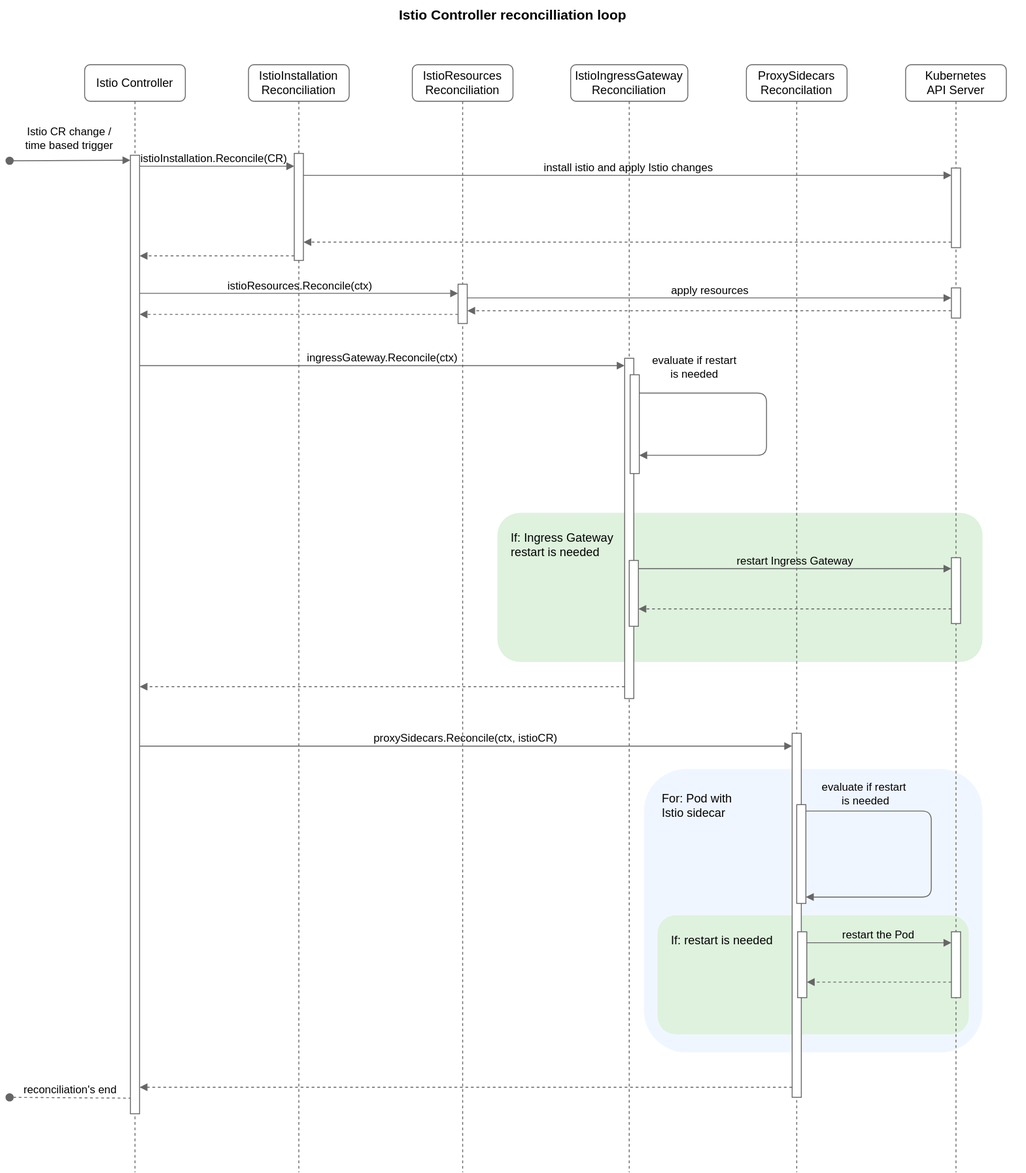
Before: docs/assets/istio-controller-reconciliation-loop.svg, a diagram exported from draw.io (kyma-project/istio). Source tidied: cells renumbered, new cells last; positions are measured from the earlier drawing's top-left corner, leaving out a move shared by most shapes.
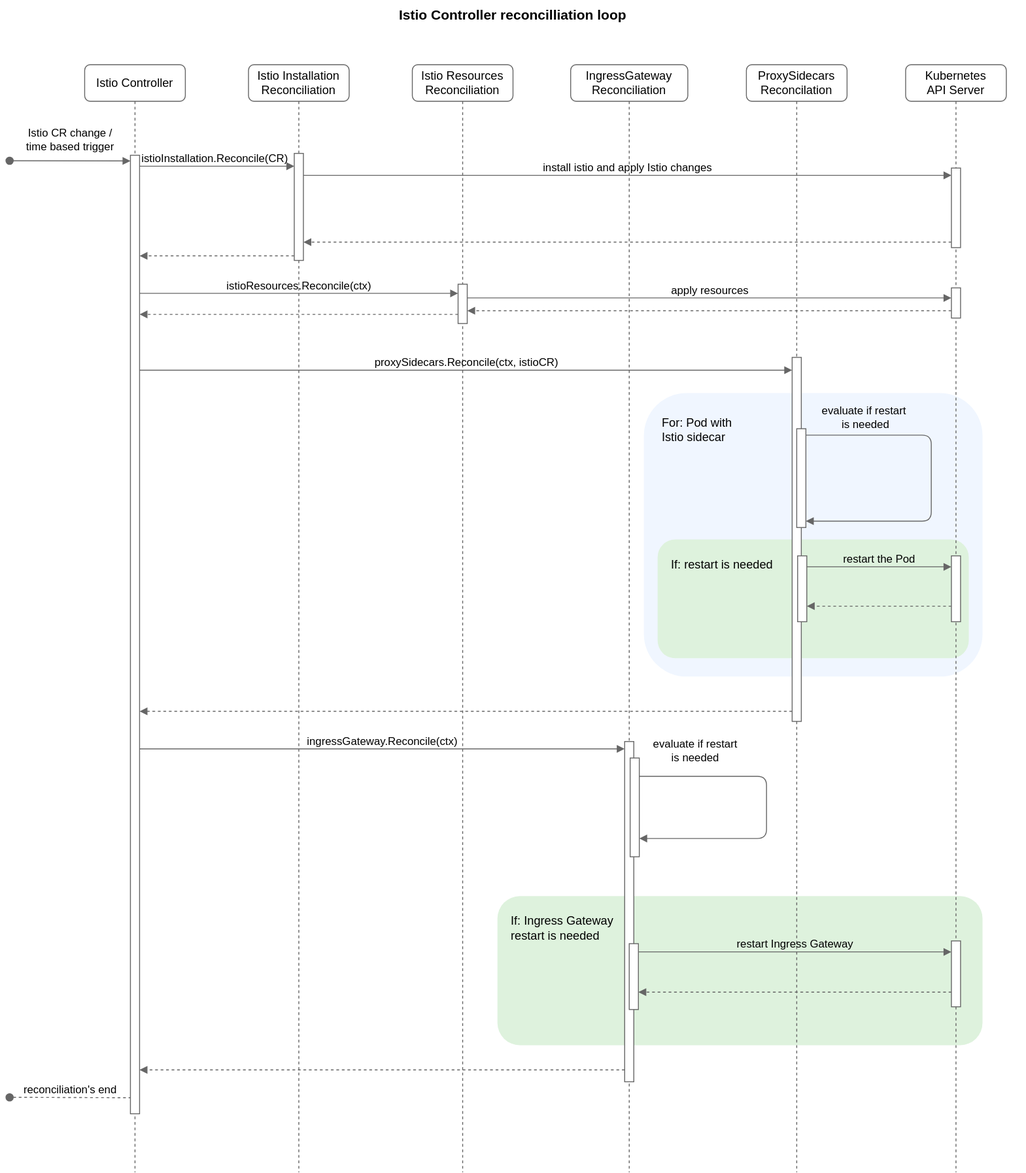
After the commit.

Commit message:
Update reconciliation loop diagram and remove outdated diagram

Diff of the diagram source:
```diff
@@ -1,15 +1,15 @@
-<mxGraphModel>
+<mxGraphModel background="#ffffff">
   <root>
     <mxCell id="0" />
     <mxCell id="1" parent="0" />
     <mxCell id="2" value="If: Ingress Gateway &#10;restart is needed" style="rounded=1;labelBackgroundColor=none;strokeWidth=1;fontFamily=Helvetica;fontSize=13;fillColor=#DEF2DD;strokeColor=none;verticalAlign=top;align=left;labelBorderColor=none;whiteSpace=wrap;spacingTop=0;spacingRight=0;spacing=15;fontStyle=0;" parent="1" vertex="1">
-      <mxGeometry x="543" y="560" width="530" height="163" as="geometry" />
+      <mxGeometry x="543" y="979" width="530" height="163" as="geometry" />
     </mxCell>
     <mxCell id="3" value="For: Pod with &#10;Istio sidecar" style="rounded=1;labelBackgroundColor=none;strokeWidth=1;gradientColor=none;fontFamily=Helvetica;fontSize=13;fontColor=#000000;fillColor=#F0F6FF;strokeColor=none;verticalAlign=top;align=left;labelBorderColor=none;whiteSpace=wrap;spacingTop=0;spacingRight=0;spacing=20;fontStyle=0;" parent="1" vertex="1">
-      <mxGeometry x="703" y="840" width="370" height="310" as="geometry" />
+      <mxGeometry x="703" y="429" width="370" height="310" as="geometry" />
     </mxCell>
     <mxCell id="4" value="If: restart is needed" style="rounded=1;labelBackgroundColor=none;strokeWidth=1;fontFamily=Helvetica;fontSize=13;fillColor=#DEF2DD;strokeColor=none;verticalAlign=top;align=left;labelBorderColor=none;whiteSpace=wrap;spacingTop=0;spacingRight=0;spacing=15;fontStyle=0;" parent="1" vertex="1">
-      <mxGeometry x="718" y="1000" width="340" height="130" as="geometry" />
+      <mxGeometry x="718" y="589" width="340" height="130" as="geometry" />
     </mxCell>
     <mxCell id="5" value="istioInstallation.Reconcile(CR)&lt;br style=&quot;font-size: 12px;&quot;&gt;" style="edgeStyle=elbowEdgeStyle;shape=connector;curved=0;rounded=0;jettySize=auto;elbow=vertical;html=1;labelBackgroundColor=none;strokeColor=#666666;fontFamily=Helvetica;fontSize=12;fontColor=#000000;endArrow=block;targetPerimeterSpacing=0;spacingTop=-17;" parent="1" edge="1" source="6" target="12">
       <mxGeometry relative="1" as="geometry">
@@ -44,47 +44,47 @@
         </Array>
       </mxGeometry>
     </mxCell>
-    <mxCell id="11" value="IstioInstallation&lt;br style=&quot;font-size: 13px;&quot;&gt;Reconciliation" style="shape=umlLifeline;perimeter=lifelinePerimeter;whiteSpace=wrap;html=1;newEdgeStyle={&quot;edgeStyle&quot;:&quot;elbowEdgeStyle&quot;,&quot;elbow&quot;:&quot;vertical&quot;,&quot;curved&quot;:0,&quot;rounded&quot;:0};fillColor=none;fontColor=default;labelBorderColor=none;strokeColor=#666666;rounded=1;fontSize=13;" parent="1" vertex="1">
+    <mxCell id="11" value="Istio Installation&lt;br style=&quot;font-size: 13px;&quot;&gt;Reconciliation" style="shape=umlLifeline;perimeter=lifelinePerimeter;whiteSpace=wrap;html=1;newEdgeStyle={&quot;edgeStyle&quot;:&quot;elbowEdgeStyle&quot;,&quot;elbow&quot;:&quot;vertical&quot;,&quot;curved&quot;:0,&quot;rounded&quot;:0};fillColor=none;fontColor=default;labelBorderColor=none;strokeColor=#666666;rounded=1;fontSize=13;" parent="1" vertex="1">
       <mxGeometry x="271" y="70" width="110" height="1211" as="geometry" />
     </mxCell>
     <mxCell id="12" style="html=1;points=[];perimeter=orthogonalPerimeter;outlineConnect=0;targetShapes=umlLifeline;portConstraint=eastwest;newEdgeStyle={&quot;edgeStyle&quot;:&quot;elbowEdgeStyle&quot;,&quot;elbow&quot;:&quot;vertical&quot;,&quot;curved&quot;:0,&quot;rounded&quot;:0};fontFamily=Helvetica;fontSize=11;fontColor=#FFFFFF;fillColor=#FFFFFF;strokeColor=#666666;" parent="11" vertex="1">
       <mxGeometry x="50" y="97" width="10" height="117" as="geometry" />
     </mxCell>
-    <mxCell id="13" value="IstioResources&lt;br&gt;Reconciliation" style="shape=umlLifeline;perimeter=lifelinePerimeter;whiteSpace=wrap;html=1;newEdgeStyle={&quot;edgeStyle&quot;:&quot;elbowEdgeStyle&quot;,&quot;elbow&quot;:&quot;vertical&quot;,&quot;curved&quot;:0,&quot;rounded&quot;:0};fillColor=none;fontColor=default;labelBorderColor=none;strokeColor=#666666;rounded=1;fontSize=13;" parent="1" vertex="1">
+    <mxCell id="13" value="Istio Resources&lt;br&gt;Reconciliation" style="shape=umlLifeline;perimeter=lifelinePerimeter;whiteSpace=wrap;html=1;newEdgeStyle={&quot;edgeStyle&quot;:&quot;elbowEdgeStyle&quot;,&quot;elbow&quot;:&quot;vertical&quot;,&quot;curved&quot;:0,&quot;rounded&quot;:0};fillColor=none;fontColor=default;labelBorderColor=none;strokeColor=#666666;rounded=1;fontSize=13;" parent="1" vertex="1">
       <mxGeometry x="450" y="70" width="110" height="1211" as="geometry" />
     </mxCell>
     <mxCell id="14" style="html=1;points=[];perimeter=orthogonalPerimeter;outlineConnect=0;targetShapes=umlLifeline;portConstraint=eastwest;newEdgeStyle={&quot;edgeStyle&quot;:&quot;elbowEdgeStyle&quot;,&quot;elbow&quot;:&quot;vertical&quot;,&quot;curved&quot;:0,&quot;rounded&quot;:0};fontFamily=Helvetica;fontSize=11;fontColor=#FFFFFF;fillColor=#FFFFFF;strokeColor=#666666;" parent="13" vertex="1">
       <mxGeometry x="50" y="240" width="10" height="43" as="geometry" />
     </mxCell>
-    <mxCell id="15" value="IstioIngressGateway&lt;br style=&quot;font-size: 13px;&quot;&gt;Reconciliation" style="shape=umlLifeline;perimeter=lifelinePerimeter;whiteSpace=wrap;html=1;newEdgeStyle={&quot;edgeStyle&quot;:&quot;elbowEdgeStyle&quot;,&quot;elbow&quot;:&quot;vertical&quot;,&quot;curved&quot;:0,&quot;rounded&quot;:0};fillColor=none;fontColor=default;labelBorderColor=none;strokeColor=#666666;rounded=1;fontSize=13;" parent="1" vertex="1">
+    <mxCell id="15" value="IngressGateway&lt;br style=&quot;font-size: 13px;&quot;&gt;Reconciliation" style="shape=umlLifeline;perimeter=lifelinePerimeter;whiteSpace=wrap;html=1;newEdgeStyle={&quot;edgeStyle&quot;:&quot;elbowEdgeStyle&quot;,&quot;elbow&quot;:&quot;vertical&quot;,&quot;curved&quot;:0,&quot;rounded&quot;:0};fillColor=none;fontColor=default;labelBorderColor=none;strokeColor=#666666;rounded=1;fontSize=13;" parent="1" vertex="1">
       <mxGeometry x="623" y="70" width="128" height="1211" as="geometry" />
     </mxCell>
     <mxCell id="16" value="evaluate if restart &lt;br style=&quot;font-size: 12px;&quot;&gt;is needed" style="edgeStyle=elbowEdgeStyle;shape=connector;rounded=1;orthogonalLoop=1;jettySize=auto;elbow=vertical;html=1;labelBackgroundColor=none;strokeColor=#666666;fontFamily=Helvetica;fontSize=12;fontColor=#000000;endArrow=block;targetPerimeterSpacing=0;spacingTop=-17;" parent="15" edge="1" source="18" target="18">
       <mxGeometry x="-0.65" y="19" relative="1" as="geometry">
         <Array as="points">
-          <mxPoint x="214" y="427" />
+          <mxPoint x="214" y="846" />
         </Array>
       </mxGeometry>
     </mxCell>
     <mxCell id="17" style="html=1;points=[];perimeter=orthogonalPerimeter;outlineConnect=0;targetShapes=umlLifeline;portConstraint=eastwest;newEdgeStyle={&quot;edgeStyle&quot;:&quot;elbowEdgeStyle&quot;,&quot;elbow&quot;:&quot;vertical&quot;,&quot;curved&quot;:0,&quot;rounded&quot;:0};fontFamily=Helvetica;fontSize=11;fontColor=#FFFFFF;fillColor=#FFFFFF;strokeColor=#666666;" parent="15" vertex="1">
-      <mxGeometry x="59" y="321" width="10" height="372" as="geometry" />
+      <mxGeometry x="59" y="740" width="10" height="372" as="geometry" />
     </mxCell>
     <mxCell id="18" style="html=1;points=[];perimeter=orthogonalPerimeter;outlineConnect=0;targetShapes=umlLifeline;portConstraint=eastwest;newEdgeStyle={&quot;edgeStyle&quot;:&quot;elbowEdgeStyle&quot;,&quot;elbow&quot;:&quot;vertical&quot;,&quot;curved&quot;:0,&quot;rounded&quot;:0};fontFamily=Helvetica;fontSize=11;fontColor=#FFFFFF;fillColor=#FFFFFF;strokeColor=#666666;" parent="15" vertex="1">
-      <mxGeometry x="65" y="339" width="10" height="108" as="geometry" />
+      <mxGeometry x="65" y="758" width="10" height="108" as="geometry" />
     </mxCell>
     <mxCell id="19" value="ProxySidecars&lt;br style=&quot;font-size: 13px;&quot;&gt;Reconcilation" style="shape=umlLifeline;perimeter=lifelinePerimeter;whiteSpace=wrap;html=1;newEdgeStyle={&quot;edgeStyle&quot;:&quot;elbowEdgeStyle&quot;,&quot;elbow&quot;:&quot;vertical&quot;,&quot;curved&quot;:0,&quot;rounded&quot;:0};fillColor=none;fontColor=default;labelBorderColor=none;strokeColor=#666666;rounded=1;fontSize=13;" parent="1" vertex="1">
       <mxGeometry x="815" y="70" width="110" height="1211" as="geometry" />
     </mxCell>
     <mxCell id="20" style="html=1;points=[];perimeter=orthogonalPerimeter;outlineConnect=0;targetShapes=umlLifeline;portConstraint=eastwest;newEdgeStyle={&quot;edgeStyle&quot;:&quot;elbowEdgeStyle&quot;,&quot;elbow&quot;:&quot;vertical&quot;,&quot;curved&quot;:0,&quot;rounded&quot;:0};fontFamily=Helvetica;fontSize=11;fontColor=#FFFFFF;fillColor=#FFFFFF;strokeColor=#666666;" parent="19" vertex="1">
-      <mxGeometry x="50" y="731" width="10" height="398" as="geometry" />
+      <mxGeometry x="50" y="320" width="10" height="398" as="geometry" />
     </mxCell>
     <mxCell id="21" style="html=1;points=[];perimeter=orthogonalPerimeter;outlineConnect=0;targetShapes=umlLifeline;portConstraint=eastwest;newEdgeStyle={&quot;edgeStyle&quot;:&quot;elbowEdgeStyle&quot;,&quot;elbow&quot;:&quot;vertical&quot;,&quot;curved&quot;:0,&quot;rounded&quot;:0};fontFamily=Helvetica;fontSize=11;fontColor=#FFFFFF;fillColor=#FFFFFF;strokeColor=#666666;" parent="19" vertex="1">
-      <mxGeometry x="55" y="809" width="10" height="108" as="geometry" />
+      <mxGeometry x="55" y="398" width="10" height="108" as="geometry" />
     </mxCell>
     <mxCell id="22" value="evaluate if restart&amp;nbsp;&lt;br style=&quot;border-color: var(--border-color); font-size: 12px;&quot;&gt;is needed" style="edgeStyle=elbowEdgeStyle;shape=connector;rounded=1;orthogonalLoop=1;jettySize=auto;elbow=vertical;html=1;labelBackgroundColor=none;strokeColor=#666666;fontFamily=Helvetica;fontSize=12;fontColor=#000000;endArrow=block;targetPerimeterSpacing=0;spacingTop=-17;" parent="19" edge="1" source="21" target="21">
       <mxGeometry x="-0.65" y="10" relative="1" as="geometry">
         <Array as="points">
-          <mxPoint x="202" y="910" />
+          <mxPoint x="202" y="499" />
         </Array>
       </mxGeometry>
     </mxCell>
@@ -105,10 +105,10 @@
       <mxGeometry x="50" y="244" width="10" height="33" as="geometry" />
     </mxCell>
     <mxCell id="27" style="html=1;points=[];perimeter=orthogonalPerimeter;outlineConnect=0;targetShapes=umlLifeline;portConstraint=eastwest;newEdgeStyle={&quot;edgeStyle&quot;:&quot;elbowEdgeStyle&quot;,&quot;elbow&quot;:&quot;vertical&quot;,&quot;curved&quot;:0,&quot;rounded&quot;:0};fontFamily=Helvetica;fontSize=11;fontColor=#FFFFFF;fillColor=#FFFFFF;strokeColor=#666666;" parent="24" vertex="1">
-      <mxGeometry x="50" y="539" width="10" height="72" as="geometry" />
+      <mxGeometry x="50" y="958" width="10" height="72" as="geometry" />
     </mxCell>
     <mxCell id="28" style="html=1;points=[];perimeter=orthogonalPerimeter;outlineConnect=0;targetShapes=umlLifeline;portConstraint=eastwest;newEdgeStyle={&quot;edgeStyle&quot;:&quot;elbowEdgeStyle&quot;,&quot;elbow&quot;:&quot;vertical&quot;,&quot;curved&quot;:0,&quot;rounded&quot;:0};fontFamily=Helvetica;fontSize=11;fontColor=#FFFFFF;fillColor=#FFFFFF;strokeColor=#666666;" parent="24" vertex="1">
-      <mxGeometry x="50" y="948" width="10" height="72" as="geometry" />
+      <mxGeometry x="50" y="537" width="10" height="72" as="geometry" />
     </mxCell>
     <mxCell id="29" value="istioResources.Reconcile(ctx)" style="edgeStyle=elbowEdgeStyle;shape=connector;curved=0;rounded=0;jettySize=auto;elbow=vertical;html=1;labelBackgroundColor=none;strokeColor=#666666;fontFamily=Helvetica;fontSize=12;fontColor=#000000;endArrow=block;targetPerimeterSpacing=0;spacingTop=-17;" parent="1" edge="1" source="7" target="14">
       <mxGeometry relative="1" as="geometry">
@@ -138,69 +138,73 @@
         </Array>
       </mxGeometry>
     </mxCell>
-    <mxCell id="33" value="ingressGateway.Reconcile(ctx)" style="edgeStyle=elbowEdgeStyle;shape=connector;curved=0;rounded=0;jettySize=auto;elbow=vertical;html=1;labelBackgroundColor=none;strokeColor=#666666;fontFamily=Helvetica;fontSize=12;fontColor=#000000;endArrow=block;targetPerimeterSpacing=0;spacingTop=-17;" parent="1" edge="1" source="7" target="17">
+    <mxCell id="33" value="ingressGateway.Reconcile(ctx)" style="edgeStyle=elbowEdgeStyle;shape=connector;curved=0;rounded=0;jettySize=auto;elbow=vertical;html=1;labelBackgroundColor=none;strokeColor=#666666;fontFamily=Helvetica;fontSize=12;fontColor=#000000;endArrow=block;targetPerimeterSpacing=0;spacingTop=-17;" parent="1" edge="1" target="17">
       <mxGeometry relative="1" as="geometry">
+        <mxPoint x="152" y="818" as="sourcePoint" />
         <Array as="points">
-          <mxPoint x="419" y="399" />
-          <mxPoint x="540" y="437" />
-          <mxPoint x="420" y="403" />
+          <mxPoint x="419" y="818" />
+          <mxPoint x="540" y="856" />
+          <mxPoint x="420" y="822" />
         </Array>
       </mxGeometry>
     </mxCell>
     <mxCell id="34" value="restart Ingress Gateway" style="edgeStyle=elbowEdgeStyle;shape=connector;curved=0;rounded=0;jettySize=auto;elbow=vertical;html=1;labelBackgroundColor=none;strokeColor=#666666;fontFamily=Helvetica;fontSize=12;fontColor=#000000;endArrow=block;targetPerimeterSpacing=0;spacingTop=-17;" parent="1" edge="1" source="35" target="27">
       <mxGeometry relative="1" as="geometry">
         <Array as="points">
-          <mxPoint x="866" y="621" />
+          <mxPoint x="866" y="1040" />
         </Array>
       </mxGeometry>
     </mxCell>
     <mxCell id="35" style="html=1;points=[];perimeter=orthogonalPerimeter;outlineConnect=0;targetShapes=umlLifeline;portConstraint=eastwest;newEdgeStyle={&quot;edgeStyle&quot;:&quot;elbowEdgeStyle&quot;,&quot;elbow&quot;:&quot;vertical&quot;,&quot;curved&quot;:0,&quot;rounded&quot;:0};fontFamily=Helvetica;fontSize=11;fontColor=#FFFFFF;fillColor=#FFFFFF;strokeColor=#666666;" parent="1" vertex="1">
-      <mxGeometry x="687" y="612" width="10" height="72" as="geometry" />
+      <mxGeometry x="687" y="1031" width="10" height="72" as="geometry" />
     </mxCell>
     <mxCell id="36" style="edgeStyle=elbowEdgeStyle;shape=connector;curved=0;rounded=0;jettySize=auto;elbow=vertical;html=1;labelBackgroundColor=none;strokeColor=#666666;fontFamily=Helvetica;fontSize=12;fontColor=#000000;endArrow=block;targetPerimeterSpacing=0;dashed=1;spacingTop=-17;" parent="1" edge="1" source="27" target="35">
       <mxGeometry relative="1" as="geometry">
         <Array as="points">
-          <mxPoint x="857" y="665" />
+          <mxPoint x="857" y="1084" />
         </Array>
       </mxGeometry>
     </mxCell>
-    <mxCell id="37" style="edgeStyle=elbowEdgeStyle;shape=connector;curved=0;rounded=0;jettySize=auto;elbow=vertical;html=1;labelBackgroundColor=none;strokeColor=#666666;fontFamily=Helvetica;fontSize=13;fontColor=#FFFFFF;endArrow=block;targetPerimeterSpacing=0;dashed=1;" parent="1" edge="1" source="17" target="7">
+    <mxCell id="37" style="edgeStyle=elbowEdgeStyle;shape=connector;curved=0;rounded=0;jettySize=auto;elbow=vertical;html=1;labelBackgroundColor=none;strokeColor=#666666;fontFamily=Helvetica;fontSize=13;fontColor=#FFFFFF;endArrow=block;targetPerimeterSpacing=0;dashed=1;" parent="1" edge="1" source="17">
       <mxGeometry relative="1" as="geometry">
+        <mxPoint x="152" y="1169" as="targetPoint" />
         <Array as="points">
-          <mxPoint x="449" y="750" />
+          <mxPoint x="449" y="1169" />
         </Array>
       </mxGeometry>
     </mxCell>
-    <mxCell id="38" value="proxySidecars.Reconcile(ctx, istioCR)" style="edgeStyle=elbowEdgeStyle;shape=connector;curved=0;rounded=0;jettySize=auto;elbow=vertical;html=1;labelBackgroundColor=none;strokeColor=#666666;fontFamily=Helvetica;fontSize=12;fontColor=#000000;endArrow=block;targetPerimeterSpacing=0;spacingTop=-17;" parent="1" edge="1" source="7" target="20">
+    <mxCell id="38" value="proxySidecars.Reconcile(ctx, istioCR)" style="edgeStyle=elbowEdgeStyle;shape=connector;curved=0;rounded=0;jettySize=auto;elbow=vertical;html=1;labelBackgroundColor=none;strokeColor=#666666;fontFamily=Helvetica;fontSize=12;fontColor=#000000;endArrow=block;targetPerimeterSpacing=0;spacingTop=-17;" parent="1" edge="1" target="20">
       <mxGeometry relative="1" as="geometry">
+        <mxPoint x="152" y="404" as="sourcePoint" />
         <Array as="points">
-          <mxPoint x="762" y="815" />
-          <mxPoint x="497" y="821" />
-          <mxPoint x="487" y="861" />
+          <mxPoint x="762" y="404" />
+          <mxPoint x="497" y="410" />
+          <mxPoint x="487" y="450" />
         </Array>
       </mxGeometry>
     </mxCell>
     <mxCell id="39" value="restart the Pod" style="edgeStyle=elbowEdgeStyle;shape=connector;curved=0;rounded=0;jettySize=auto;elbow=vertical;html=1;labelBackgroundColor=none;strokeColor=#666666;fontFamily=Helvetica;fontSize=12;fontColor=#000000;endArrow=block;targetPerimeterSpacing=0;spacingTop=-17;" parent="1" edge="1" source="40" target="28">
       <mxGeometry relative="1" as="geometry">
         <Array as="points">
-          <mxPoint x="955" y="1030" />
+          <mxPoint x="955" y="619" />
         </Array>
       </mxGeometry>
     </mxCell>
     <mxCell id="40" style="html=1;points=[];perimeter=orthogonalPerimeter;outlineConnect=0;targetShapes=umlLifeline;portConstraint=eastwest;newEdgeStyle={&quot;edgeStyle&quot;:&quot;elbowEdgeStyle&quot;,&quot;elbow&quot;:&quot;vertical&quot;,&quot;curved&quot;:0,&quot;rounded&quot;:0};fontFamily=Helvetica;fontSize=11;fontColor=#FFFFFF;fillColor=#FFFFFF;strokeColor=#666666;" parent="1" vertex="1">
-      <mxGeometry x="871" y="1018" width="10" height="72" as="geometry" />
+      <mxGeometry x="871" y="607" width="10" height="72" as="geometry" />
     </mxCell>
     <mxCell id="41" style="edgeStyle=elbowEdgeStyle;shape=connector;curved=0;rounded=0;jettySize=auto;elbow=vertical;html=1;labelBackgroundColor=none;strokeColor=#666666;fontFamily=Helvetica;fontSize=13;fontColor=#FFFFFF;endArrow=block;targetPerimeterSpacing=0;dashed=1;" parent="1" edge="1" source="28" target="40">
       <mxGeometry relative="1" as="geometry">
         <Array as="points">
-          <mxPoint x="964" y="1073" />
+          <mxPoint x="964" y="662" />
         </Array>
       </mxGeometry>
     </mxCell>
-    <mxCell id="42" style="edgeStyle=elbowEdgeStyle;shape=connector;curved=0;rounded=0;jettySize=auto;elbow=vertical;html=1;labelBackgroundColor=none;strokeColor=#666666;fontFamily=Helvetica;fontSize=13;fontColor=#FFFFFF;endArrow=block;targetPerimeterSpacing=0;dashed=1;" parent="1" edge="1" source="20" target="7">
+    <mxCell id="42" style="edgeStyle=elbowEdgeStyle;shape=connector;curved=0;rounded=0;jettySize=auto;elbow=vertical;html=1;labelBackgroundColor=none;strokeColor=#666666;fontFamily=Helvetica;fontSize=13;fontColor=#FFFFFF;endArrow=block;targetPerimeterSpacing=0;dashed=1;" parent="1" edge="1" source="20">
       <mxGeometry relative="1" as="geometry">
+        <mxPoint x="152" y="777" as="targetPoint" />
         <Array as="points">
-          <mxPoint x="506" y="1188" />
+          <mxPoint x="506" y="777" />
         </Array>
       </mxGeometry>
     </mxCell>
```
